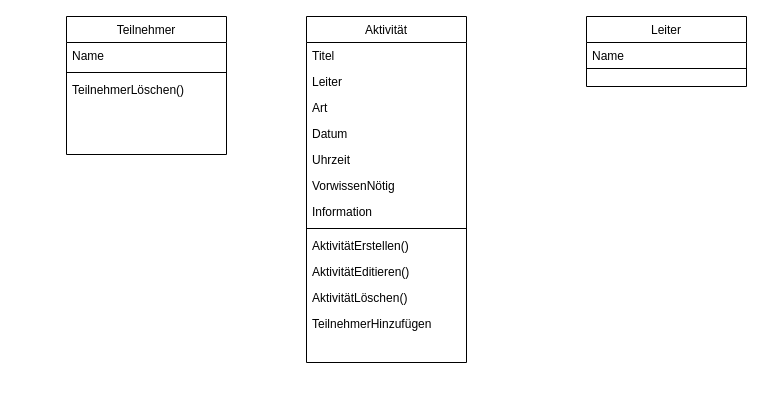
Before: CVAVT/CVAVT_Klassen v1.0.drawio in mastapetz/CVAVT, a draw.io diagram. Source tidied: cells renumbered, new cells numbered last; positions are measured from the earlier drawing's top-left corner, leaving out a move shared by most shapes. Both pictures are drawn from the tidied source at 100%, with x=0, y=0 at pixel (66, 16).
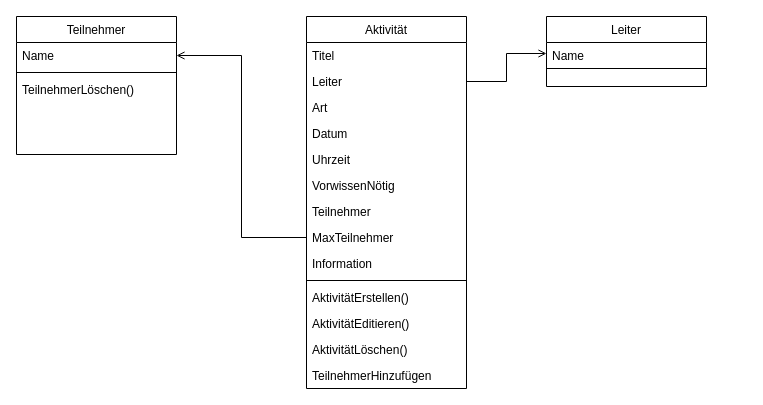
Above is the later version.

Commit message:
Update CVAVT_Klassen v1.0 klassen mit Methoden

The change refers to these unchanged cells:
```xml
<mxCell id="3" value="Name" style="text;align=left;verticalAlign=top;spacingLeft=4;spacingRight=4;overflow=hidden;points=[[0,0.5],[1,0.5]];portConstraint=eastwest;" parent="2" vertex="1">
  <mxGeometry y="26" width="160" height="26" as="geometry" />
</mxCell>
<mxCell id="7" value="Name" style="text;align=left;verticalAlign=top;spacingLeft=4;spacingRight=4;overflow=hidden;points=[[0,0.5],[1,0.5]];portConstraint=eastwest;" parent="6" vertex="1">
  <mxGeometry y="26" width="160" height="22" as="geometry" />
</mxCell>
<mxCell id="11" value="Leiter" style="text;align=left;verticalAlign=top;spacingLeft=4;spacingRight=4;overflow=hidden;points=[[0,0.5],[1,0.5]];portConstraint=eastwest;rounded=0;shadow=0;html=0;" parent="9" vertex="1">
  <mxGeometry y="52" width="160" height="26" as="geometry" />
</mxCell>
```

Diff of the diagram source:
```diff
@@
     <mxCell id="2" value="Teilnehmer" style="swimlane;fontStyle=0;align=center;verticalAlign=top;horizontal=1;startSize=26;rounded=0;shadow=0;strokeWidth=1;" parent="1" vertex="1">
-      <mxGeometry width="160" height="138" as="geometry" />
+      <mxGeometry x="-50" width="160" height="138" as="geometry" />
     </mxCell>
@@
     <mxCell id="6" value="Leiter" style="swimlane;fontStyle=0;align=center;verticalAlign=top;horizontal=1;startSize=26;rounded=0;shadow=0;strokeWidth=1;" parent="1" vertex="1">
-      <mxGeometry x="520" width="160" height="70" as="geometry" />
+      <mxGeometry x="480" width="160" height="70" as="geometry" />
     </mxCell>
@@
     <mxCell id="9" value="Aktivität" style="swimlane;fontStyle=0;align=center;verticalAlign=top;horizontal=1;startSize=26;rounded=0;shadow=0;strokeWidth=1;" parent="1" vertex="1">
-      <mxGeometry x="240" width="160" height="346" as="geometry" />
+      <mxGeometry x="240" width="160" height="372" as="geometry" />
     </mxCell>
@@
+    <mxCell id="22" value="Teilnehmer" style="text;align=left;verticalAlign=top;spacingLeft=4;spacingRight=4;overflow=hidden;rounded=0;shadow=0;html=0;" parent="9" vertex="1">
+      <mxGeometry y="182" width="160" height="26" as="geometry" />
+    </mxCell>
+    <mxCell id="23" value="MaxTeilnehmer" style="text;align=left;verticalAlign=top;spacingLeft=4;spacingRight=4;overflow=hidden;points=[[0,0.5],[1,0.5]];portConstraint=eastwest;rounded=0;shadow=0;html=0;" parent="9" vertex="1">
+      <mxGeometry y="208" width="160" height="26" as="geometry" />
+    </mxCell>
     <mxCell id="16" value="Information" style="text;align=left;verticalAlign=top;spacingLeft=4;spacingRight=4;overflow=hidden;rounded=0;shadow=0;html=0;" parent="9" vertex="1">
-      <mxGeometry y="182" width="160" height="26" as="geometry" />
+      <mxGeometry y="234" width="160" height="26" as="geometry" />
     </mxCell>
     <mxCell id="17" style="line;html=1;strokeWidth=1;align=left;verticalAlign=middle;spacingTop=-1;spacingLeft=3;spacingRight=3;labelPosition=right;" parent="9" vertex="1">
-      <mxGeometry y="208" width="160" height="8" as="geometry" />
+      <mxGeometry y="260" width="160" height="8" as="geometry" />
     </mxCell>
     <mxCell id="18" value="AktivitätErstellen()" style="text;align=left;verticalAlign=top;spacingLeft=4;spacingRight=4;overflow=hidden;" parent="9" vertex="1">
-      <mxGeometry y="216" width="160" height="26" as="geometry" />
+      <mxGeometry y="268" width="160" height="26" as="geometry" />
     </mxCell>
     <mxCell id="19" value="AktivitätEditieren()" style="text;align=left;verticalAlign=top;spacingLeft=4;spacingRight=4;overflow=hidden;" parent="9" vertex="1">
-      <mxGeometry y="242" width="160" height="26" as="geometry" />
+      <mxGeometry y="294" width="160" height="26" as="geometry" />
     </mxCell>
     <mxCell id="20" value="AktivitätLöschen()" style="text;align=left;verticalAlign=top;spacingLeft=4;spacingRight=4;overflow=hidden;" parent="9" vertex="1">
-      <mxGeometry y="268" width="160" height="26" as="geometry" />
+      <mxGeometry y="320" width="160" height="26" as="geometry" />
     </mxCell>
     <mxCell id="21" value="TeilnehmerHinzufügen" style="text;align=left;verticalAlign=top;spacingLeft=4;spacingRight=4;overflow=hidden;" parent="9" vertex="1">
-      <mxGeometry y="294" width="160" height="26" as="geometry" />
+      <mxGeometry y="346" width="160" height="26" as="geometry" />
     </mxCell>
+    <mxCell id="24" style="rounded=0;jettySize=auto;html=1;exitX=1;exitY=0.5;exitDx=0;exitDy=0;entryX=0;entryY=0.5;entryDx=0;entryDy=0;edgeStyle=orthogonalEdgeStyle;endArrow=open;endFill=0;" parent="1" edge="1" source="11" target="7">
+      <mxGeometry relative="1" as="geometry" />
+    </mxCell>
+    <mxCell id="25" style="edgeStyle=orthogonalEdgeStyle;rounded=0;jettySize=auto;html=1;exitX=0;exitY=0.5;exitDx=0;exitDy=0;entryX=1;entryY=0.5;entryDx=0;entryDy=0;endArrow=open;endFill=0;" parent="1" edge="1" source="23" target="3">
+      <mxGeometry relative="1" as="geometry" />
+    </mxCell>
```
